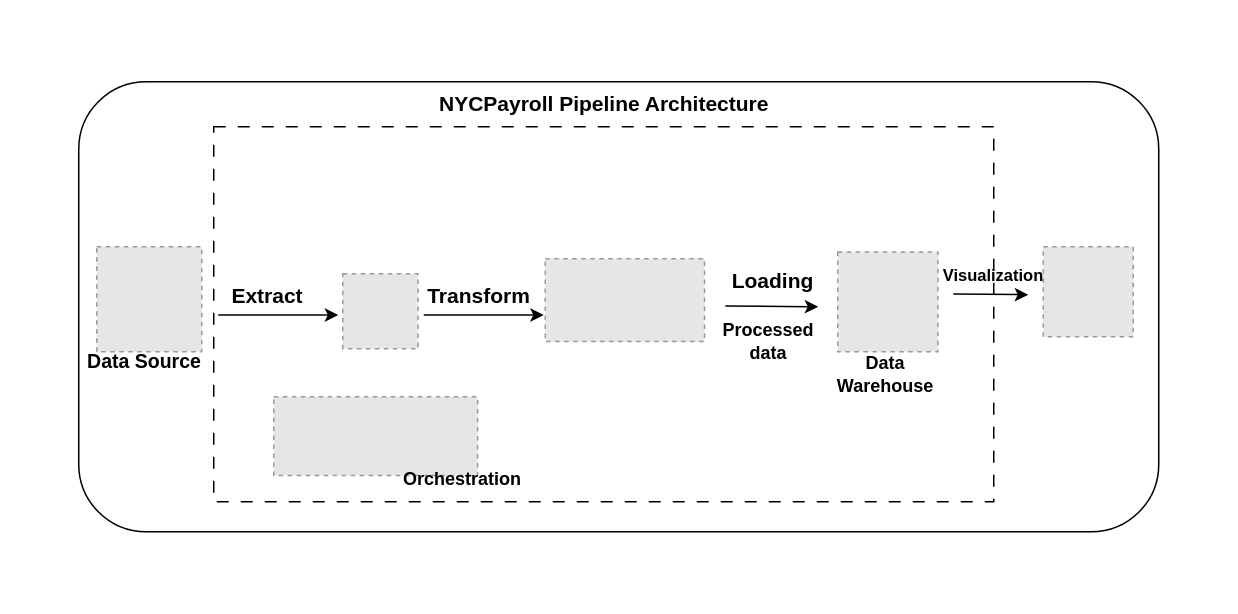
Before: page "Architecture" (2 of 2) of NYCPayroll.drawio in nonsosky/nycpayroll, a draw.io diagram. Source tidied: cells renumbered, new cells numbered last; positions are measured from the earlier drawing's top-left corner, leaving out a move shared by most shapes. Both pictures are drawn from the tidied source at 150%, with x=0, y=0 at pixel (78, 81). Pictures stored in the file or linked from it are replaced by grey dashed boxes.
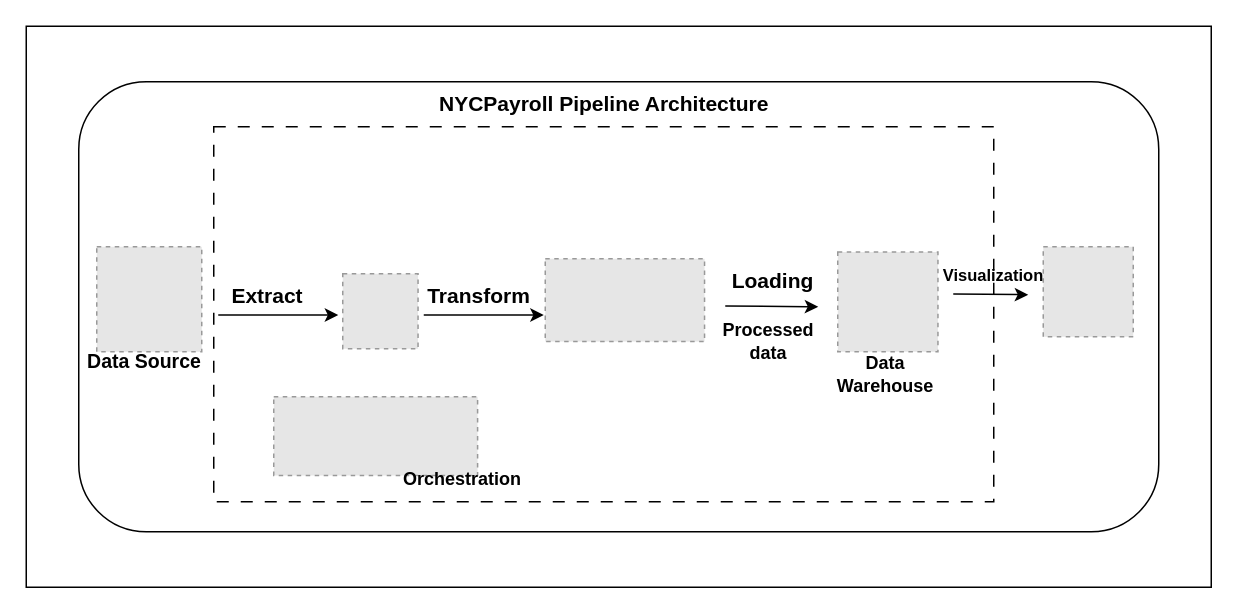
The same diagram, later.

Diff of the diagram source:
```diff
@@
+    <mxCell id="23" style="rounded=0;whiteSpace=wrap;html=1;" parent="1" vertex="1">
+      <mxGeometry x="-35" y="-37" width="790" height="374" as="geometry" />
+    </mxCell>
```
